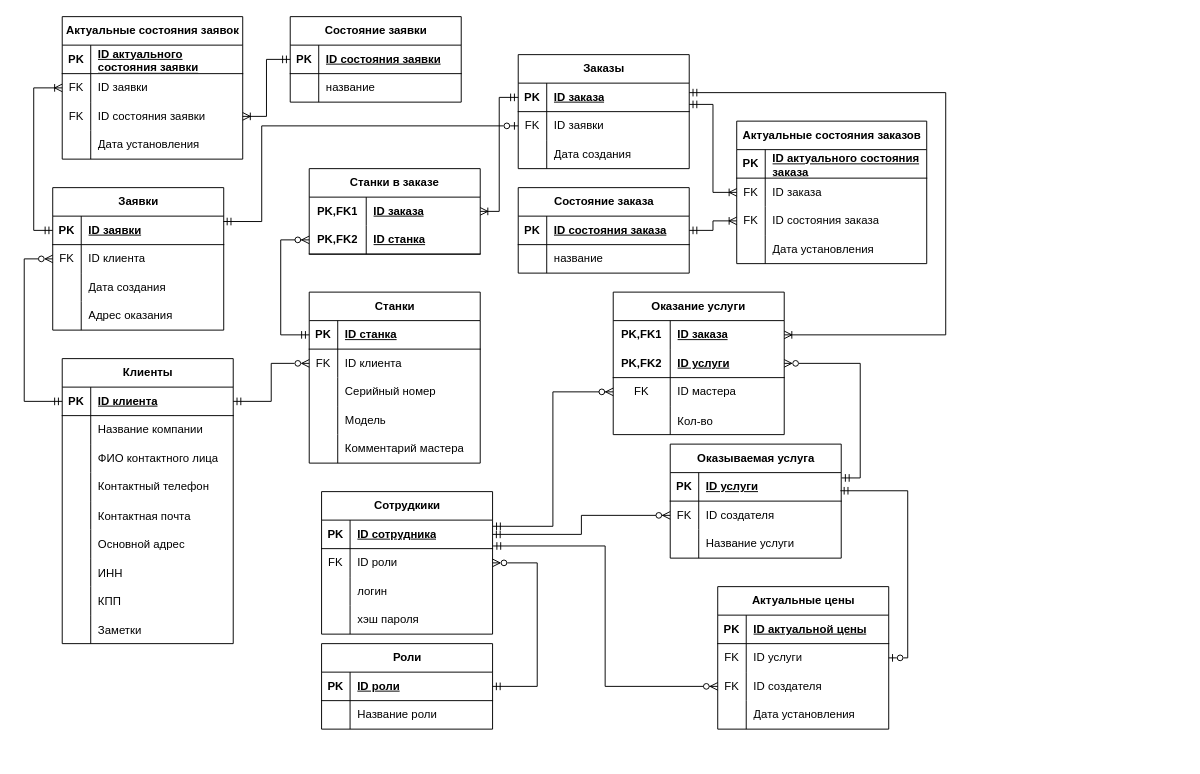
This is LogicalModel.drawio from jecsonM/TRPO4course-, a draw.io file, before an edit. Source tidied: cells renumbered, new cells numbered last; positions are measured from the earlier drawing's top-left corner, leaving out a move shared by most shapes. Both pictures are drawn from the tidied source at 95%, with x=0, y=0 at pixel (24, 16).
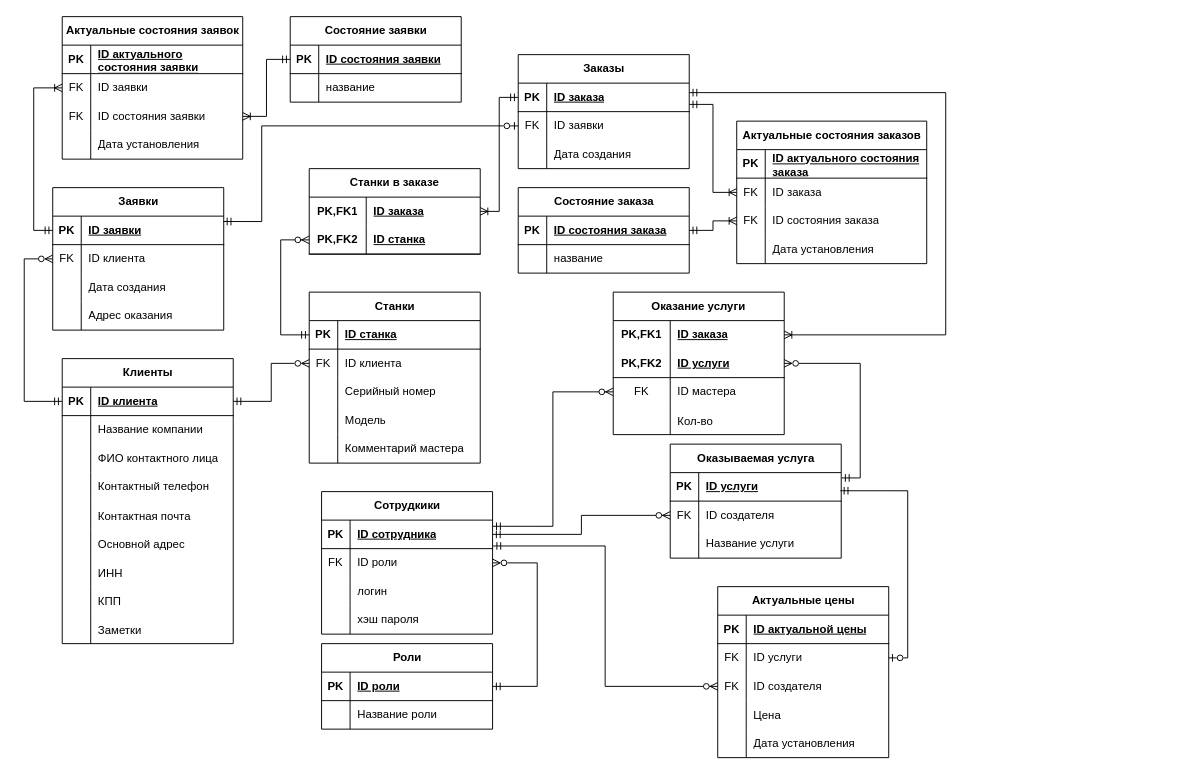
The same diagram, later.

Diff of the diagram source:
```diff
@@
     <mxCell id="99" value="Актуальные цены" style="shape=table;startSize=30;childLayout=tableLayout;rowLines=0;fontStyle=1;align=center;html=1;" parent="1" vertex="1">
-      <mxGeometry x="730" y="600" width="180" height="150" as="geometry" />
+      <mxGeometry x="730" y="600" width="180" height="180" as="geometry" />
     </mxCell>
@@
+    <mxCell id="189" style="shape=tableRow;horizontal=0;startSize=0;swimlaneHead=0;swimlaneBody=0;fillColor=none;top=0;left=0;right=0;bottom=0;" parent="99" vertex="1">
+      <mxGeometry y="120" width="180" height="30" as="geometry" />
+    </mxCell>
+    <mxCell id="190" style="shape=partialRectangle;fillColor=none;top=0;left=0;bottom=0;right=0;overflow=hidden;" parent="189" vertex="1">
+      <mxGeometry width="30" height="30" as="geometry" />
+    </mxCell>
+    <mxCell id="191" value="Цена" style="shape=partialRectangle;fillColor=none;top=0;left=0;bottom=0;right=0;align=left;spacingLeft=6;overflow=hidden;" parent="189" vertex="1">
+      <mxGeometry x="30" width="150" height="30" as="geometry" />
+    </mxCell>
     <mxCell id="109" style="shape=tableRow;horizontal=0;startSize=0;swimlaneHead=0;swimlaneBody=0;fillColor=none;top=0;left=0;right=0;bottom=0;" parent="99" vertex="1">
-      <mxGeometry y="120" width="180" height="30" as="geometry" />
+      <mxGeometry y="150" width="180" height="30" as="geometry" />
     </mxCell>
```
